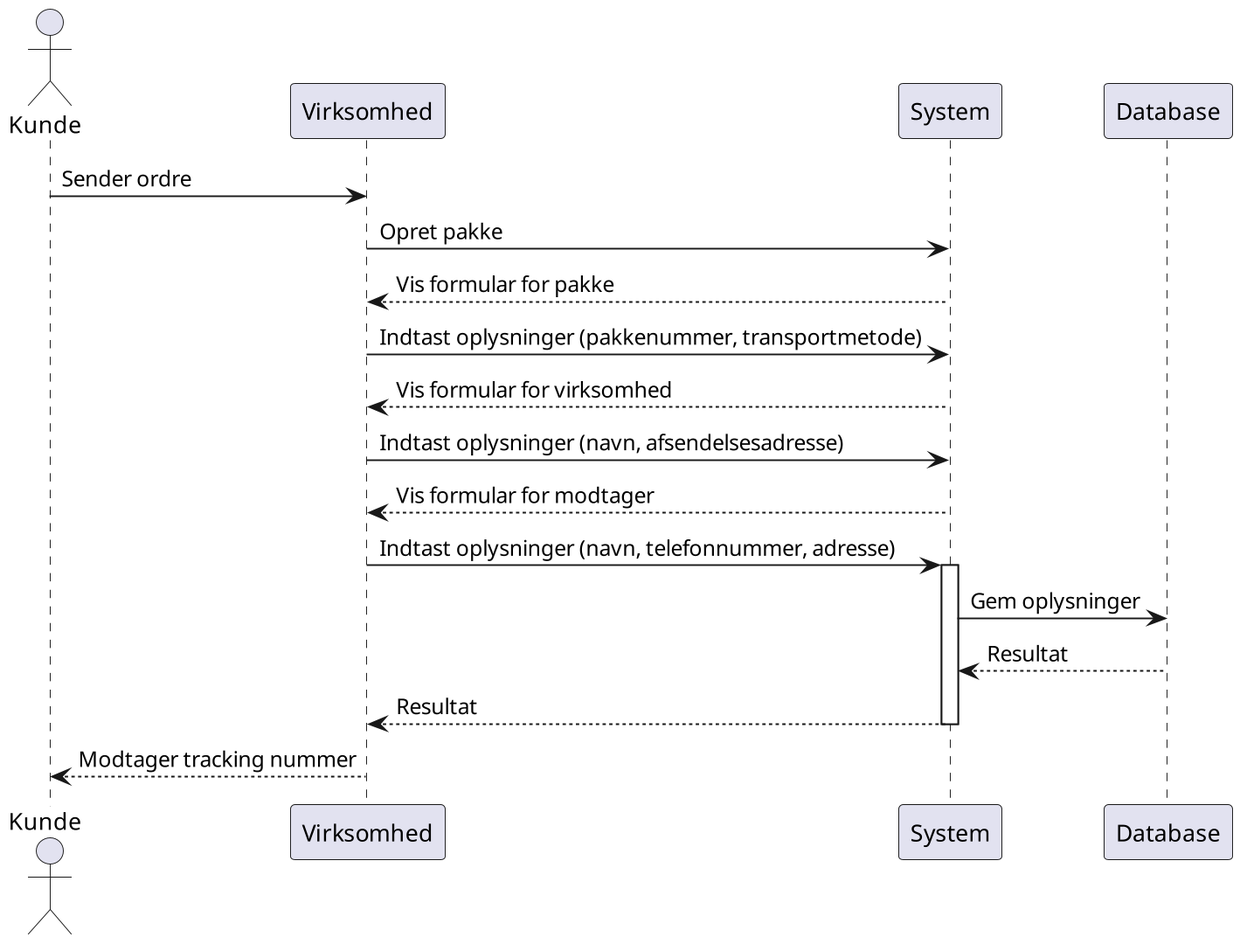
The PlantUML diagram diagram/system-sequence-diagram-2.png in sofush/trace, before a commit.
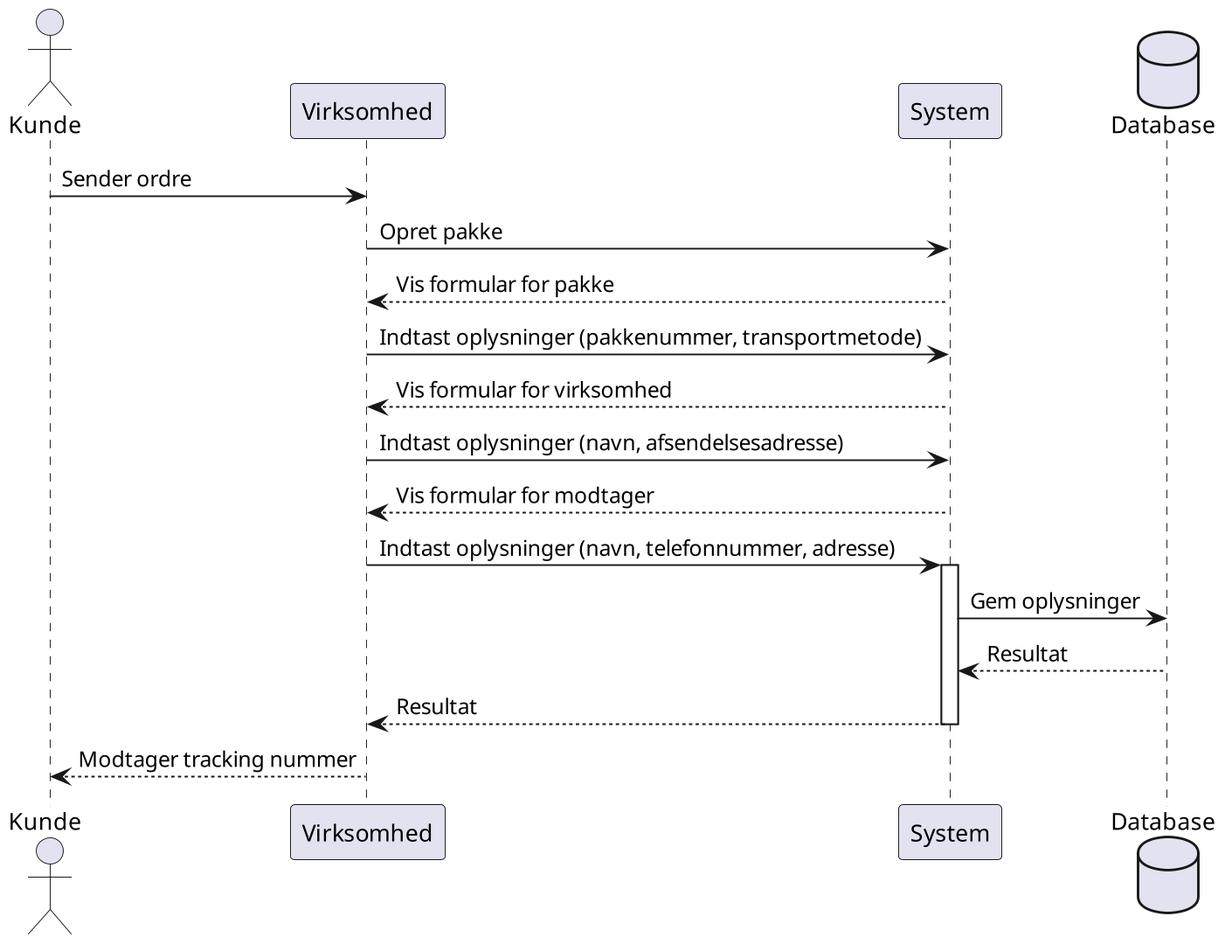
The same diagram one commit later.

Commit message:
feat: vis database som en UML database

Change to the diagram source:
```diff
@@ -10,6 +10,7 @@
 Virksomhed <-- System: Vis formular for modtager
 Virksomhed -> System: Indtast oplysninger (navn, telefonnummer, adresse)
 activate System
+database Database
 System -> Database: Gem oplysninger
 System <-- Database: Resultat
 Virksomhed <-- System: Resultat
```
